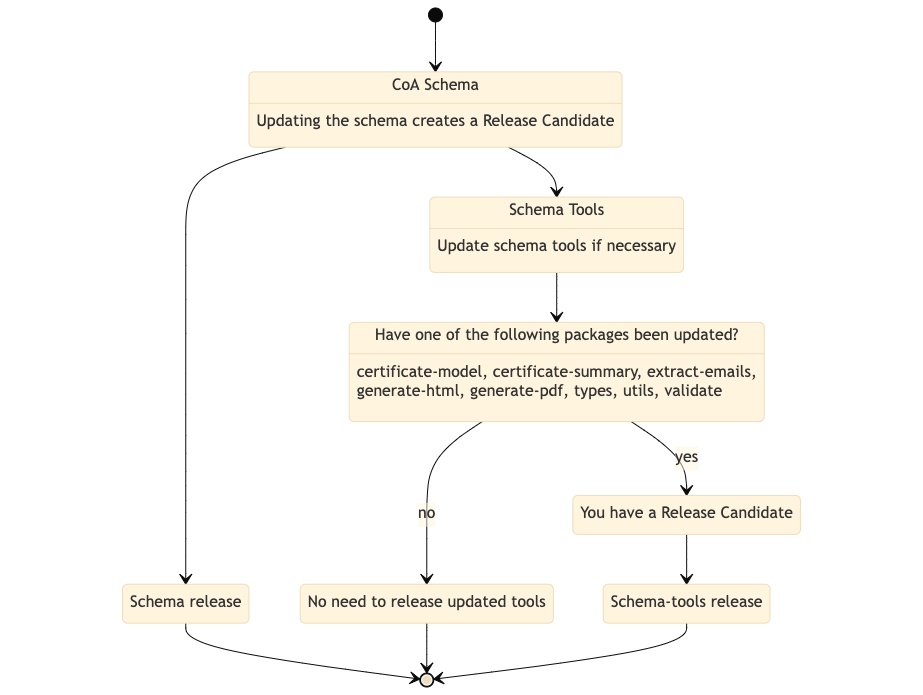
Before: updating-schemas/release-state.png, a diagram exported from Mermaid (s1seven/SEP). Its source is kept beside it as updating-schemas/release-state.mmd. The source it was exported from:
```mermaid
%%{wrap}%%
%%{init: {'theme':'base'}}%%
stateDiagram-v2

		state "CoA Schema" as CoASchema
		CoASchema: Updating the schema creates a Release Candidate

		state "Schema Tools" as schemaTools
		schemaTools: Update schema tools if necessary
		state "You have a Release Candidate" as RC
    state "No need to release updated tools" as NoRCTools

    state "Have one of the following packages been updated?" as updated
  	updated: certificate-model, certificate-summary, extract-emails,
		updated: generate-html, generate-pdf, types, utils, validate

    state "Schema release" as SchemaRelease
    state "Schema-tools release" as ToolsRelease

    [*] --> CoASchema
    CoASchema --> schemaTools
    CoASchema --> SchemaRelease
    schemaTools --> updated
    updated --> NoRCTools: no
    updated --> RC: yes
    RC --> ToolsRelease
    SchemaRelease --> [*]
    NoRCTools --> [*]
    ToolsRelease --> [*]
```
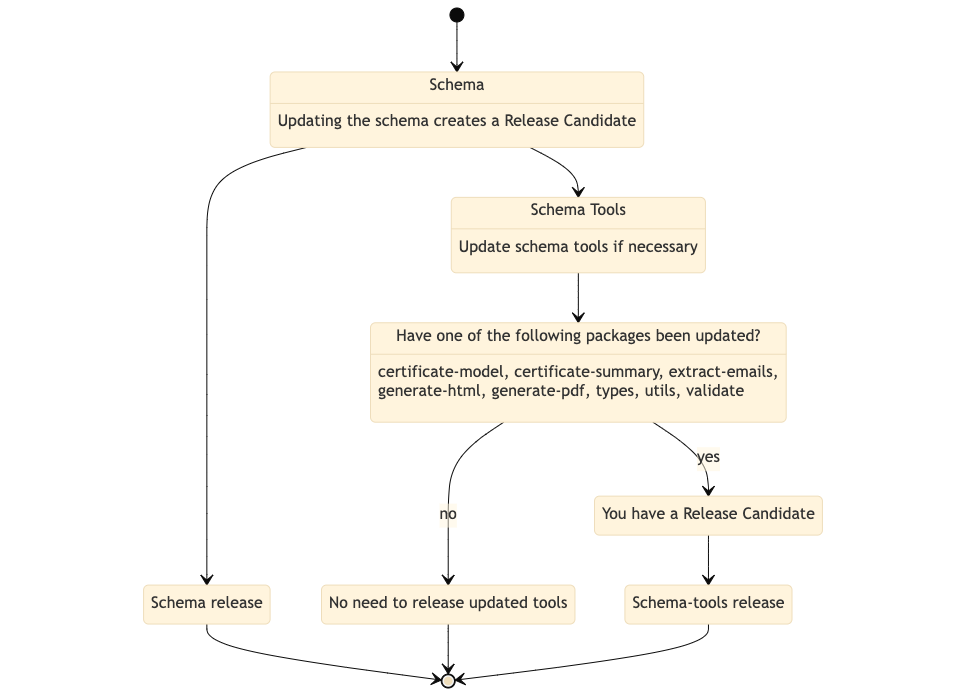
The same diagram one commit later.

Commit message:
docs: updated dependency-graph and release-state to apply to all schema types, not just CoA

The edit, as a diff of the source:
```diff
@@ -2,8 +2,8 @@
 %%{init: {'theme':'base'}}%%
 stateDiagram-v2
 
-		state "CoA Schema" as CoASchema
-		CoASchema: Updating the schema creates a Release Candidate
+		state "Schema" as Schema
+		Schema: Updating the schema creates a Release Candidate
 
 		state "Schema Tools" as schemaTools
 		schemaTools: Update schema tools if necessary
@@ -17,9 +17,9 @@
     state "Schema release" as SchemaRelease
     state "Schema-tools release" as ToolsRelease
 
-    [*] --> CoASchema
-    CoASchema --> schemaTools
-    CoASchema --> SchemaRelease
+    [*] --> Schema
+    Schema --> schemaTools
+    Schema --> SchemaRelease
     schemaTools --> updated
     updated --> NoRCTools: no
     updated --> RC: yes
```
